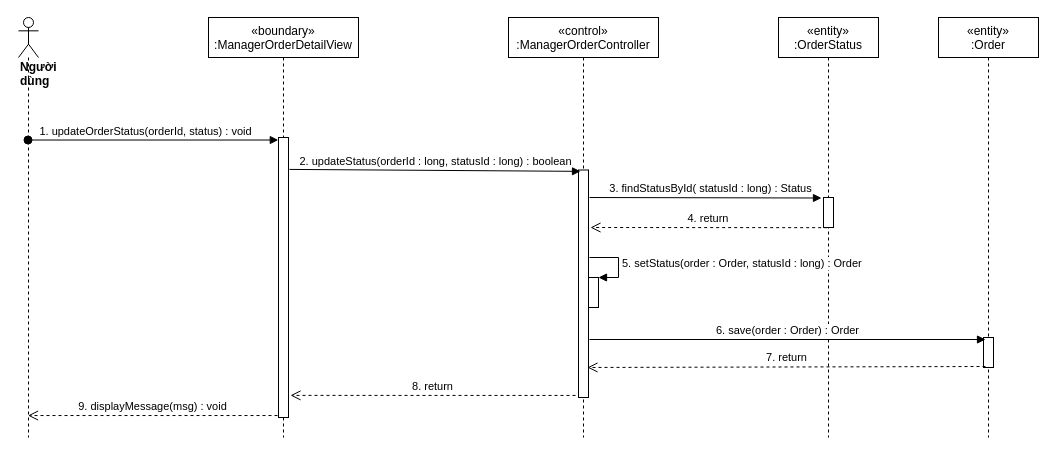
The draw.io diagram sequence diagram/update-status-order-manager-sequence.drawio in nguyenphamvan/datn_20202, before the edit. Source tidied: cells renumbered, new cells numbered last; positions are measured from the earlier drawing's top-left corner, leaving out a move shared by most shapes. Both pictures are drawn from the tidied source at 100%, with x=0, y=0 at pixel (18, 17).
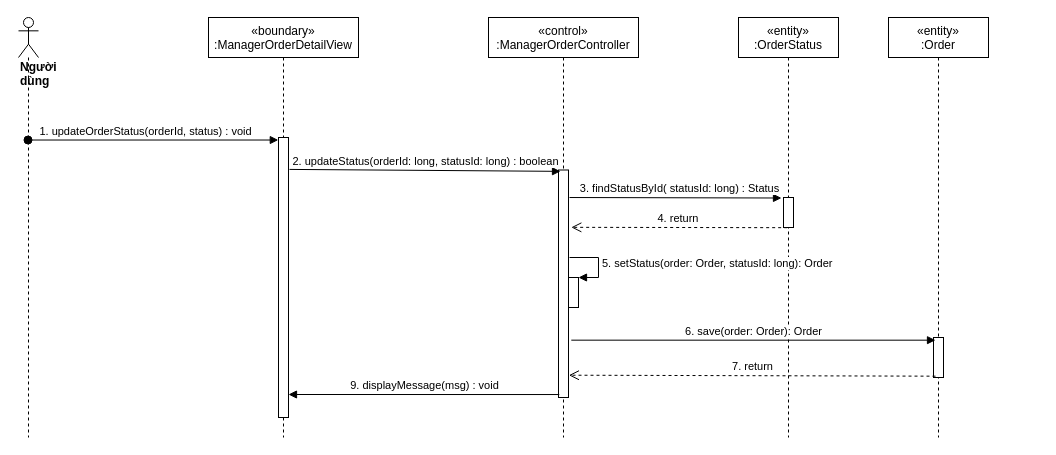
After the change.

Unchanged cells that the change refers to:
```xml
<mxCell id="3" style="points=[];perimeter=orthogonalPerimeter;rounded=0;shadow=0;strokeWidth=1;" parent="2" vertex="1">
  <mxGeometry x="70" y="120" width="10" height="280" as="geometry" />
</mxCell>
<mxCell id="5" style="points=[];perimeter=orthogonalPerimeter;rounded=0;shadow=0;strokeWidth=1;" parent="4" vertex="1">
  <mxGeometry x="70" y="152.5" width="10" height="227.5" as="geometry" />
</mxCell>
<mxCell id="6" value="&lt;div&gt;&lt;b&gt;Người dùng&lt;/b&gt;&lt;/div&gt;" style="shape=umlLifeline;participant=umlActor;perimeter=lifelinePerimeter;whiteSpace=wrap;html=1;verticalAlign=top;spacingTop=36;outlineConnect=0;align=left;" parent="1" vertex="1">
  <mxGeometry width="20" height="420" as="geometry" />
</mxCell>
<mxCell id="10" style="points=[];perimeter=orthogonalPerimeter;rounded=0;shadow=0;strokeWidth=1;" parent="9" vertex="1">
  <mxGeometry x="45" y="180" width="10" height="30" as="geometry" />
</mxCell>
```

Change to the diagram source:
```diff
@@
     <mxCell id="4" value="«control»&#10;:ManagerOrderController" style="shape=umlLifeline;perimeter=lifelinePerimeter;rounded=0;shadow=0;strokeWidth=1;" parent="1" vertex="1">
-      <mxGeometry x="490" width="150" height="420" as="geometry" />
+      <mxGeometry x="470" width="150" height="420" as="geometry" />
     </mxCell>
@@
-    <mxCell id="8" value="2. updateStatus(orderId : long, statusId : long) : boolean" style="html=1;verticalAlign=bottom;endArrow=block;entryX=0.2;entryY=0.006;entryDx=0;entryDy=0;entryPerimeter=0;exitX=1.1;exitY=0.114;exitDx=0;exitDy=0;exitPerimeter=0;" parent="1" edge="1" source="3" target="5">
+    <mxCell id="8" value="2. updateStatus(orderId: long, statusId: long) : boolean" style="html=1;verticalAlign=bottom;endArrow=block;entryX=0.2;entryY=0.006;entryDx=0;entryDy=0;entryPerimeter=0;exitX=1.1;exitY=0.114;exitDx=0;exitDy=0;exitPerimeter=0;" parent="1" edge="1" source="3" target="5">
       <mxGeometry relative="1" as="geometry" />
     </mxCell>
     <mxCell id="9" value="«entity»&#10;:OrderStatus" style="shape=umlLifeline;perimeter=lifelinePerimeter;rounded=0;shadow=0;strokeWidth=1;" parent="1" vertex="1">
-      <mxGeometry x="760" width="100" height="420" as="geometry" />
+      <mxGeometry x="720" width="100" height="420" as="geometry" />
     </mxCell>
@@
-    <mxCell id="11" value="3. findStatusById( statusId : long) : Status" style="html=1;verticalAlign=bottom;endArrow=block;entryX=-0.2;entryY=0.017;entryDx=0;entryDy=0;entryPerimeter=0;exitX=1.1;exitY=0.121;exitDx=0;exitDy=0;exitPerimeter=0;" parent="1" edge="1" source="5" target="10">
+    <mxCell id="11" value="3. findStatusById( statusId: long) : Status" style="html=1;verticalAlign=bottom;endArrow=block;entryX=-0.2;entryY=0.017;entryDx=0;entryDy=0;entryPerimeter=0;exitX=1.1;exitY=0.121;exitDx=0;exitDy=0;exitPerimeter=0;" parent="1" edge="1" source="5" target="10">
       <mxGeometry x="0.04" relative="1" as="geometry" />
     </mxCell>
-    <mxCell id="12" value="4. return&amp;nbsp;" style="html=1;verticalAlign=bottom;endArrow=open;dashed=1;endSize=8;exitX=0.367;exitY=1.006;exitDx=0;exitDy=0;exitPerimeter=0;" parent="1" edge="1" source="10">
-      <mxGeometry relative="1" as="geometry">
-        <mxPoint x="572" y="210" as="targetPoint" />
-      </mxGeometry>
+    <mxCell id="12" value="4. return&amp;nbsp;" style="html=1;verticalAlign=bottom;endArrow=open;dashed=1;endSize=8;exitX=0.367;exitY=1.006;exitDx=0;exitDy=0;exitPerimeter=0;entryX=1.28;entryY=0.252;entryDx=0;entryDy=0;entryPerimeter=0;" parent="1" edge="1" source="10" target="5">
+      <mxGeometry relative="1" as="geometry" />
     </mxCell>
     <mxCell id="13" value="«entity»&#10;:Order" style="shape=umlLifeline;perimeter=lifelinePerimeter;rounded=0;shadow=0;strokeWidth=1;" parent="1" vertex="1">
-      <mxGeometry x="920" width="100" height="420" as="geometry" />
+      <mxGeometry x="870" width="100" height="420" as="geometry" />
     </mxCell>
     <mxCell id="14" style="points=[];perimeter=orthogonalPerimeter;rounded=0;shadow=0;strokeWidth=1;" parent="13" vertex="1">
-      <mxGeometry x="45" y="320" width="10" height="30" as="geometry" />
+      <mxGeometry x="45" y="320" width="10" height="40" as="geometry" />
     </mxCell>
     <mxCell id="15" style="html=1;points=[];perimeter=orthogonalPerimeter;" parent="1" vertex="1">
-      <mxGeometry x="570" y="260" width="10" height="30" as="geometry" />
+      <mxGeometry x="550" y="260" width="10" height="30" as="geometry" />
     </mxCell>
-    <mxCell id="16" value="5. setStatus(order : Order, statusId : long) : Order" style="edgeStyle=orthogonalEdgeStyle;html=1;align=left;spacingLeft=2;endArrow=block;rounded=0;entryX=1;entryY=0;" parent="1" edge="1" target="15">
+    <mxCell id="16" value="5. setStatus(order: Order, statusId: long): Order" style="edgeStyle=orthogonalEdgeStyle;html=1;align=left;spacingLeft=2;endArrow=block;rounded=0;entryX=1;entryY=0;" parent="1" edge="1" target="15">
       <mxGeometry relative="1" as="geometry">
-        <mxPoint x="571" y="240" as="sourcePoint" />
+        <mxPoint x="551" y="240" as="sourcePoint" />
         <Array as="points">
-          <mxPoint x="571" y="240" />
-          <mxPoint x="600" y="240" />
-          <mxPoint x="600" y="260" />
+          <mxPoint x="551" y="240" />
+          <mxPoint x="580" y="240" />
+          <mxPoint x="580" y="260" />
         </Array>
       </mxGeometry>
     </mxCell>
-    <mxCell id="17" value="6. save(order : Order) : Order" style="html=1;verticalAlign=bottom;endArrow=block;entryX=0.2;entryY=0.067;entryDx=0;entryDy=0;entryPerimeter=0;" parent="1" edge="1" target="14">
-      <mxGeometry relative="1" as="geometry">
-        <mxPoint x="571" y="322" as="sourcePoint" />
-      </mxGeometry>
+    <mxCell id="17" value="6. save(order: Order): Order" style="html=1;verticalAlign=bottom;endArrow=block;entryX=0.2;entryY=0.067;entryDx=0;entryDy=0;entryPerimeter=0;exitX=1.28;exitY=0.748;exitDx=0;exitDy=0;exitPerimeter=0;" parent="1" edge="1" source="5" target="14">
+      <mxGeometry relative="1" as="geometry" />
     </mxCell>
-    <mxCell id="18" value="7. return" style="html=1;verticalAlign=bottom;endArrow=open;dashed=1;endSize=8;exitX=0.2;exitY=0.967;exitDx=0;exitDy=0;exitPerimeter=0;entryX=0.9;entryY=0.868;entryDx=0;entryDy=0;entryPerimeter=0;" parent="1" edge="1" source="14" target="5">
+    <mxCell id="18" value="7. return" style="html=1;verticalAlign=bottom;endArrow=open;dashed=1;endSize=8;exitX=0.2;exitY=0.967;exitDx=0;exitDy=0;exitPerimeter=0;entryX=1.04;entryY=0.902;entryDx=0;entryDy=0;entryPerimeter=0;" parent="1" edge="1" source="14" target="5">
       <mxGeometry relative="1" as="geometry" />
     </mxCell>
-    <mxCell id="19" value="8. return" style="html=1;verticalAlign=bottom;endArrow=open;dashed=1;endSize=8;exitX=-0.3;exitY=0.991;exitDx=0;exitDy=0;exitPerimeter=0;entryX=1.2;entryY=0.921;entryDx=0;entryDy=0;entryPerimeter=0;" parent="1" edge="1" source="5" target="3">
-      <mxGeometry relative="1" as="geometry" />
-    </mxCell>
-    <mxCell id="20" value="9. displayMessage(msg) : void" style="html=1;verticalAlign=bottom;endArrow=open;dashed=1;endSize=8;exitX=-0.1;exitY=0.993;exitDx=0;exitDy=0;exitPerimeter=0;" parent="1" edge="1" source="3" target="6">
-      <mxGeometry relative="1" as="geometry" />
+    <mxCell id="20" value="9. displayMessage(msg) : void" style="html=1;verticalAlign=bottom;endArrow=block;exitX=0.08;exitY=0.987;exitDx=0;exitDy=0;exitPerimeter=0;" parent="1" edge="1" source="5">
+      <mxGeometry relative="1" as="geometry">
+        <mxPoint x="270" y="377" as="targetPoint" />
+      </mxGeometry>
     </mxCell>
```
